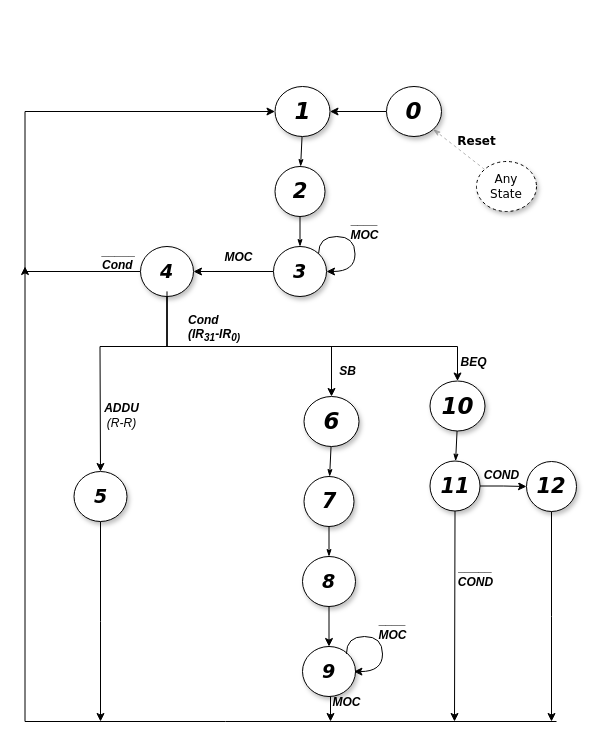
The draw.io diagram CPU_State_Diag.drawio in TheParodicts/MIPS_CPU_Diagram, before the edit. Source tidied: cells renumbered, new cells numbered last; positions are measured from the earlier drawing's top-left corner, leaving out a move shared by most shapes. Both pictures are drawn from the tidied source at 100%, with x=0, y=0 at pixel (24, 86).
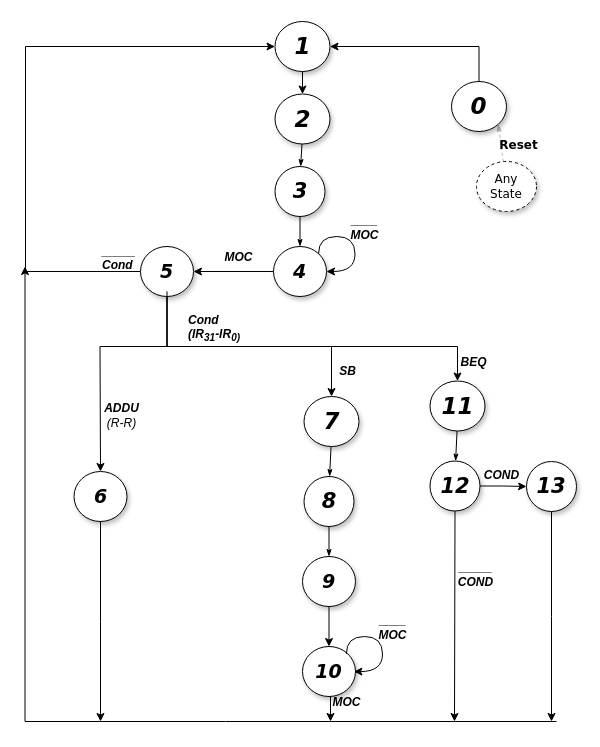
The same page after the edit.

Change to the diagram source:
```diff
@@
-    <mxCell id="5" style="edgeStyle=orthogonalEdgeStyle;rounded=0;jumpSize=0;jettySize=auto;html=1;strokeColor=#000000;endArrow=none;endFill=0;startArrow=classic;startFill=1;" parent="1" edge="1" source="6" target="7">
-      <mxGeometry relative="1" as="geometry" />
-    </mxCell>
-    <mxCell id="6" value="&lt;b&gt;&lt;i&gt;&lt;font style=&quot;font-size: 23px&quot;&gt;1&lt;/font&gt;&lt;/i&gt;&lt;/b&gt;" style="ellipse;whiteSpace=wrap;html=1;rounded=0;shadow=1;comic=0;labelBackgroundColor=none;strokeColor=#000000;strokeWidth=1;fillColor=#FFFFFF;fontFamily=Verdana;fontSize=12;fontColor=#000000;align=center;" parent="1" vertex="1">
-      <mxGeometry x="250.5" width="55" height="50" as="geometry" />
+    <mxCell id="6" value="&lt;b&gt;&lt;i&gt;&lt;font style=&quot;font-size: 23px&quot;&gt;2&lt;/font&gt;&lt;/i&gt;&lt;/b&gt;" style="ellipse;whiteSpace=wrap;html=1;rounded=0;shadow=1;comic=0;labelBackgroundColor=none;strokeColor=#000000;strokeWidth=1;fillColor=#FFFFFF;fontFamily=Verdana;fontSize=12;fontColor=#000000;align=center;" parent="1" vertex="1">
+      <mxGeometry x="250.5" y="7.5" width="55" height="50" as="geometry" />
     </mxCell>
+    <mxCell id="48" style="edgeStyle=orthogonalEdgeStyle;rounded=0;jettySize=auto;html=1;" parent="1" edge="1" source="7" target="50">
+      <mxGeometry relative="1" as="geometry">
+        <Array as="points">
+          <mxPoint x="455" y="-40" />
+        </Array>
+      </mxGeometry>
+    </mxCell>
     <mxCell id="7" value="&lt;b&gt;&lt;i&gt;&lt;font style=&quot;font-size: 23px&quot;&gt;0&lt;/font&gt;&lt;/i&gt;&lt;/b&gt;" style="ellipse;whiteSpace=wrap;html=1;rounded=0;shadow=1;comic=0;labelBackgroundColor=none;strokeColor=#000000;strokeWidth=1;fillColor=#FFFFFF;fontFamily=Verdana;fontSize=12;fontColor=#000000;align=center;" parent="1" vertex="1">
-      <mxGeometry x="362" width="55" height="50" as="geometry" />
+      <mxGeometry x="427" y="-5" width="55" height="50" as="geometry" />
     </mxCell>
+    <mxCell id="49" style="edgeStyle=orthogonalEdgeStyle;rounded=0;jettySize=auto;html=1;entryX=0.5;entryY=0;entryDx=0;entryDy=0;" parent="1" edge="1" source="50" target="6">
+      <mxGeometry relative="1" as="geometry" />
+    </mxCell>
+    <mxCell id="50" value="&lt;b&gt;&lt;i&gt;&lt;font style=&quot;font-size: 23px&quot;&gt;1&lt;/font&gt;&lt;/i&gt;&lt;/b&gt;" style="ellipse;whiteSpace=wrap;html=1;rounded=0;shadow=1;comic=0;labelBackgroundColor=none;strokeColor=#000000;strokeWidth=1;fillColor=#FFFFFF;fontFamily=Verdana;fontSize=12;fontColor=#000000;align=center;" parent="1" vertex="1">
+      <mxGeometry x="250.5" y="-65" width="55" height="50" as="geometry" />
+    </mxCell>
@@
-    <mxCell id="9" value="&lt;span&gt;&lt;b&gt;&lt;i&gt;&lt;font style=&quot;font-size: 21px&quot;&gt;2&lt;/font&gt;&lt;/i&gt;&lt;/b&gt;&lt;/span&gt;" style="ellipse;whiteSpace=wrap;html=1;rounded=0;shadow=1;comic=0;labelBackgroundColor=none;strokeColor=#000000;strokeWidth=1;fillColor=#FFFFFF;fontFamily=Verdana;fontSize=12;fontColor=#000000;align=center;" parent="1" vertex="1">
+    <mxCell id="9" value="&lt;span&gt;&lt;b&gt;&lt;i&gt;&lt;font style=&quot;font-size: 21px&quot;&gt;3&lt;/font&gt;&lt;/i&gt;&lt;/b&gt;&lt;/span&gt;" style="ellipse;whiteSpace=wrap;html=1;rounded=0;shadow=1;comic=0;labelBackgroundColor=none;strokeColor=#000000;strokeWidth=1;fillColor=#FFFFFF;fontFamily=Verdana;fontSize=12;fontColor=#000000;align=center;" parent="1" vertex="1">
       <mxGeometry x="250.5" y="80" width="50" height="50" as="geometry" />
     </mxCell>
@@
-    <mxCell id="13" value="&lt;span&gt;&lt;b&gt;&lt;i&gt;&lt;font style=&quot;font-size: 19px&quot;&gt;3&lt;/font&gt;&lt;/i&gt;&lt;/b&gt;&lt;/span&gt;" style="ellipse;whiteSpace=wrap;html=1;rounded=0;shadow=1;comic=0;labelBackgroundColor=none;strokeColor=#000000;strokeWidth=1;fillColor=#FFFFFF;fontFamily=Verdana;fontSize=12;fontColor=#000000;align=center;" parent="1" vertex="1">
+    <mxCell id="13" value="&lt;span&gt;&lt;b&gt;&lt;i&gt;&lt;font style=&quot;font-size: 19px&quot;&gt;4&lt;/font&gt;&lt;/i&gt;&lt;/b&gt;&lt;/span&gt;" style="ellipse;whiteSpace=wrap;html=1;rounded=0;shadow=1;comic=0;labelBackgroundColor=none;strokeColor=#000000;strokeWidth=1;fillColor=#FFFFFF;fontFamily=Verdana;fontSize=12;fontColor=#000000;align=center;" parent="1" vertex="1">
       <mxGeometry x="249" y="160" width="53" height="50" as="geometry" />
     </mxCell>
-    <mxCell id="14" style="edgeStyle=orthogonalEdgeStyle;rounded=0;jettySize=auto;html=1;exitX=0;exitY=0.5;exitDx=0;exitDy=0;entryX=0;entryY=0.5;entryDx=0;entryDy=0;" parent="1" edge="1" source="17" target="6">
+    <mxCell id="14" style="edgeStyle=orthogonalEdgeStyle;rounded=0;jettySize=auto;html=1;exitX=0;exitY=0.5;exitDx=0;exitDy=0;entryX=0;entryY=0.5;entryDx=0;entryDy=0;" parent="1" edge="1" source="17" target="50">
       <mxGeometry relative="1" as="geometry">
         <Array as="points">
-          <mxPoint x="0.5" y="185" />
-          <mxPoint x="0.5" y="25" />
+          <mxPoint x="1" y="185" />
+          <mxPoint x="1" y="-40" />
         </Array>
       </mxGeometry>
     </mxCell>
@@
-    <mxCell id="17" value="&lt;span&gt;&lt;b&gt;&lt;i&gt;&lt;font style=&quot;font-size: 19px&quot;&gt;4&lt;/font&gt;&lt;/i&gt;&lt;/b&gt;&lt;/span&gt;" style="ellipse;whiteSpace=wrap;html=1;rounded=0;shadow=1;comic=0;labelBackgroundColor=none;strokeColor=#000000;strokeWidth=1;fillColor=#FFFFFF;fontFamily=Verdana;fontSize=12;fontColor=#000000;align=center;" parent="1" vertex="1">
+    <mxCell id="17" value="&lt;span&gt;&lt;b&gt;&lt;i&gt;&lt;font style=&quot;font-size: 19px&quot;&gt;5&lt;/font&gt;&lt;/i&gt;&lt;/b&gt;&lt;/span&gt;" style="ellipse;whiteSpace=wrap;html=1;rounded=0;shadow=1;comic=0;labelBackgroundColor=none;strokeColor=#000000;strokeWidth=1;fillColor=#FFFFFF;fontFamily=Verdana;fontSize=12;fontColor=#000000;align=center;" parent="1" vertex="1">
       <mxGeometry x="116" y="160" width="53" height="50" as="geometry" />
     </mxCell>
@@
-    <mxCell id="19" value="&lt;span&gt;&lt;b&gt;&lt;i&gt;&lt;font style=&quot;font-size: 19px&quot;&gt;5&lt;/font&gt;&lt;/i&gt;&lt;/b&gt;&lt;/span&gt;" style="ellipse;whiteSpace=wrap;html=1;rounded=0;shadow=1;comic=0;labelBackgroundColor=none;strokeColor=#000000;strokeWidth=1;fillColor=#FFFFFF;fontFamily=Verdana;fontSize=12;fontColor=#000000;align=center;" parent="1" vertex="1">
+    <mxCell id="19" value="&lt;span&gt;&lt;b&gt;&lt;i&gt;&lt;font style=&quot;font-size: 19px&quot;&gt;6&lt;/font&gt;&lt;/i&gt;&lt;/b&gt;&lt;/span&gt;" style="ellipse;whiteSpace=wrap;html=1;rounded=0;shadow=1;comic=0;labelBackgroundColor=none;strokeColor=#000000;strokeWidth=1;fillColor=#FFFFFF;fontFamily=Verdana;fontSize=12;fontColor=#000000;align=center;" parent="1" vertex="1">
       <mxGeometry x="49.5" y="385" width="53" height="50" as="geometry" />
     </mxCell>
@@
-    <mxCell id="26" value="&lt;span style=&quot;font-size: 23px&quot;&gt;&lt;b&gt;&lt;i&gt;6&lt;/i&gt;&lt;/b&gt;&lt;/span&gt;" style="ellipse;whiteSpace=wrap;html=1;rounded=0;shadow=1;comic=0;labelBackgroundColor=none;strokeColor=#000000;strokeWidth=1;fillColor=#FFFFFF;fontFamily=Verdana;fontSize=12;fontColor=#000000;align=center;" parent="1" vertex="1">
+    <mxCell id="26" value="&lt;span style=&quot;font-size: 23px&quot;&gt;&lt;b&gt;&lt;i&gt;7&lt;/i&gt;&lt;/b&gt;&lt;/span&gt;" style="ellipse;whiteSpace=wrap;html=1;rounded=0;shadow=1;comic=0;labelBackgroundColor=none;strokeColor=#000000;strokeWidth=1;fillColor=#FFFFFF;fontFamily=Verdana;fontSize=12;fontColor=#000000;align=center;" parent="1" vertex="1">
       <mxGeometry x="279.5" y="310" width="55" height="50" as="geometry" />
     </mxCell>
@@
-    <mxCell id="28" value="&lt;span&gt;&lt;b&gt;&lt;i&gt;&lt;font style=&quot;font-size: 21px&quot;&gt;7&lt;/font&gt;&lt;/i&gt;&lt;/b&gt;&lt;/span&gt;" style="ellipse;whiteSpace=wrap;html=1;rounded=0;shadow=1;comic=0;labelBackgroundColor=none;strokeColor=#000000;strokeWidth=1;fillColor=#FFFFFF;fontFamily=Verdana;fontSize=12;fontColor=#000000;align=center;" parent="1" vertex="1">
+    <mxCell id="28" value="&lt;span&gt;&lt;b&gt;&lt;i&gt;&lt;font style=&quot;font-size: 21px&quot;&gt;8&lt;/font&gt;&lt;/i&gt;&lt;/b&gt;&lt;/span&gt;" style="ellipse;whiteSpace=wrap;html=1;rounded=0;shadow=1;comic=0;labelBackgroundColor=none;strokeColor=#000000;strokeWidth=1;fillColor=#FFFFFF;fontFamily=Verdana;fontSize=12;fontColor=#000000;align=center;" parent="1" vertex="1">
       <mxGeometry x="279.5" y="390" width="50" height="50" as="geometry" />
     </mxCell>
@@
-    <mxCell id="30" value="&lt;span&gt;&lt;b&gt;&lt;i&gt;&lt;font style=&quot;font-size: 19px&quot;&gt;8&lt;/font&gt;&lt;/i&gt;&lt;/b&gt;&lt;/span&gt;" style="ellipse;whiteSpace=wrap;html=1;rounded=0;shadow=1;comic=0;labelBackgroundColor=none;strokeColor=#000000;strokeWidth=1;fillColor=#FFFFFF;fontFamily=Verdana;fontSize=12;fontColor=#000000;align=center;" parent="1" vertex="1">
+    <mxCell id="30" value="&lt;span&gt;&lt;b&gt;&lt;i&gt;&lt;font style=&quot;font-size: 19px&quot;&gt;9&lt;/font&gt;&lt;/i&gt;&lt;/b&gt;&lt;/span&gt;" style="ellipse;whiteSpace=wrap;html=1;rounded=0;shadow=1;comic=0;labelBackgroundColor=none;strokeColor=#000000;strokeWidth=1;fillColor=#FFFFFF;fontFamily=Verdana;fontSize=12;fontColor=#000000;align=center;" parent="1" vertex="1">
       <mxGeometry x="278" y="470" width="53" height="50" as="geometry" />
     </mxCell>
@@
-    <mxCell id="32" value="&lt;span&gt;&lt;b&gt;&lt;i&gt;&lt;font style=&quot;font-size: 19px&quot;&gt;9&lt;/font&gt;&lt;/i&gt;&lt;/b&gt;&lt;/span&gt;" style="ellipse;whiteSpace=wrap;html=1;rounded=0;shadow=1;comic=0;labelBackgroundColor=none;strokeColor=#000000;strokeWidth=1;fillColor=#FFFFFF;fontFamily=Verdana;fontSize=12;fontColor=#000000;align=center;" parent="1" vertex="1">
+    <mxCell id="32" value="&lt;span&gt;&lt;b&gt;&lt;i&gt;&lt;font style=&quot;font-size: 19px&quot;&gt;10&lt;/font&gt;&lt;/i&gt;&lt;/b&gt;&lt;/span&gt;" style="ellipse;whiteSpace=wrap;html=1;rounded=0;shadow=1;comic=0;labelBackgroundColor=none;strokeColor=#000000;strokeWidth=1;fillColor=#FFFFFF;fontFamily=Verdana;fontSize=12;fontColor=#000000;align=center;" parent="1" vertex="1">
       <mxGeometry x="278" y="560" width="53" height="50" as="geometry" />
     </mxCell>
@@
-    <mxCell id="38" value="&lt;span style=&quot;font-size: 23px&quot;&gt;&lt;b&gt;&lt;i&gt;10&lt;/i&gt;&lt;/b&gt;&lt;/span&gt;" style="ellipse;whiteSpace=wrap;html=1;rounded=0;shadow=1;comic=0;labelBackgroundColor=none;strokeColor=#000000;strokeWidth=1;fillColor=#FFFFFF;fontFamily=Verdana;fontSize=12;fontColor=#000000;align=center;" parent="1" vertex="1">
+    <mxCell id="38" value="&lt;span style=&quot;font-size: 23px&quot;&gt;&lt;b&gt;&lt;i&gt;11&lt;/i&gt;&lt;/b&gt;&lt;/span&gt;" style="ellipse;whiteSpace=wrap;html=1;rounded=0;shadow=1;comic=0;labelBackgroundColor=none;strokeColor=#000000;strokeWidth=1;fillColor=#FFFFFF;fontFamily=Verdana;fontSize=12;fontColor=#000000;align=center;" parent="1" vertex="1">
       <mxGeometry x="405.5" y="294.5" width="55" height="50" as="geometry" />
     </mxCell>
@@
-    <mxCell id="43" value="&lt;span&gt;&lt;b&gt;&lt;i&gt;&lt;font style=&quot;font-size: 21px&quot;&gt;11&lt;/font&gt;&lt;/i&gt;&lt;/b&gt;&lt;/span&gt;" style="ellipse;whiteSpace=wrap;html=1;rounded=0;shadow=1;comic=0;labelBackgroundColor=none;strokeColor=#000000;strokeWidth=1;fillColor=#FFFFFF;fontFamily=Verdana;fontSize=12;fontColor=#000000;align=center;" parent="1" vertex="1">
+    <mxCell id="43" value="&lt;span&gt;&lt;b&gt;&lt;i&gt;&lt;font style=&quot;font-size: 21px&quot;&gt;12&lt;/font&gt;&lt;/i&gt;&lt;/b&gt;&lt;/span&gt;" style="ellipse;whiteSpace=wrap;html=1;rounded=0;shadow=1;comic=0;labelBackgroundColor=none;strokeColor=#000000;strokeWidth=1;fillColor=#FFFFFF;fontFamily=Verdana;fontSize=12;fontColor=#000000;align=center;" parent="1" vertex="1">
       <mxGeometry x="405.5" y="374.5" width="50" height="50" as="geometry" />
     </mxCell>
@@
-    <mxCell id="45" value="&lt;span&gt;&lt;b&gt;&lt;i&gt;&lt;font style=&quot;font-size: 21px&quot;&gt;12&lt;/font&gt;&lt;/i&gt;&lt;/b&gt;&lt;/span&gt;" style="ellipse;whiteSpace=wrap;html=1;rounded=0;shadow=1;comic=0;labelBackgroundColor=none;strokeColor=#000000;strokeWidth=1;fillColor=#FFFFFF;fontFamily=Verdana;fontSize=12;fontColor=#000000;align=center;" parent="1" vertex="1">
+    <mxCell id="45" value="&lt;span&gt;&lt;b&gt;&lt;i&gt;&lt;font style=&quot;font-size: 21px&quot;&gt;13&lt;/font&gt;&lt;/i&gt;&lt;/b&gt;&lt;/span&gt;" style="ellipse;whiteSpace=wrap;html=1;rounded=0;shadow=1;comic=0;labelBackgroundColor=none;strokeColor=#000000;strokeWidth=1;fillColor=#FFFFFF;fontFamily=Verdana;fontSize=12;fontColor=#000000;align=center;" parent="1" vertex="1">
       <mxGeometry x="502" y="375" width="50" height="50" as="geometry" />
     </mxCell>
```
